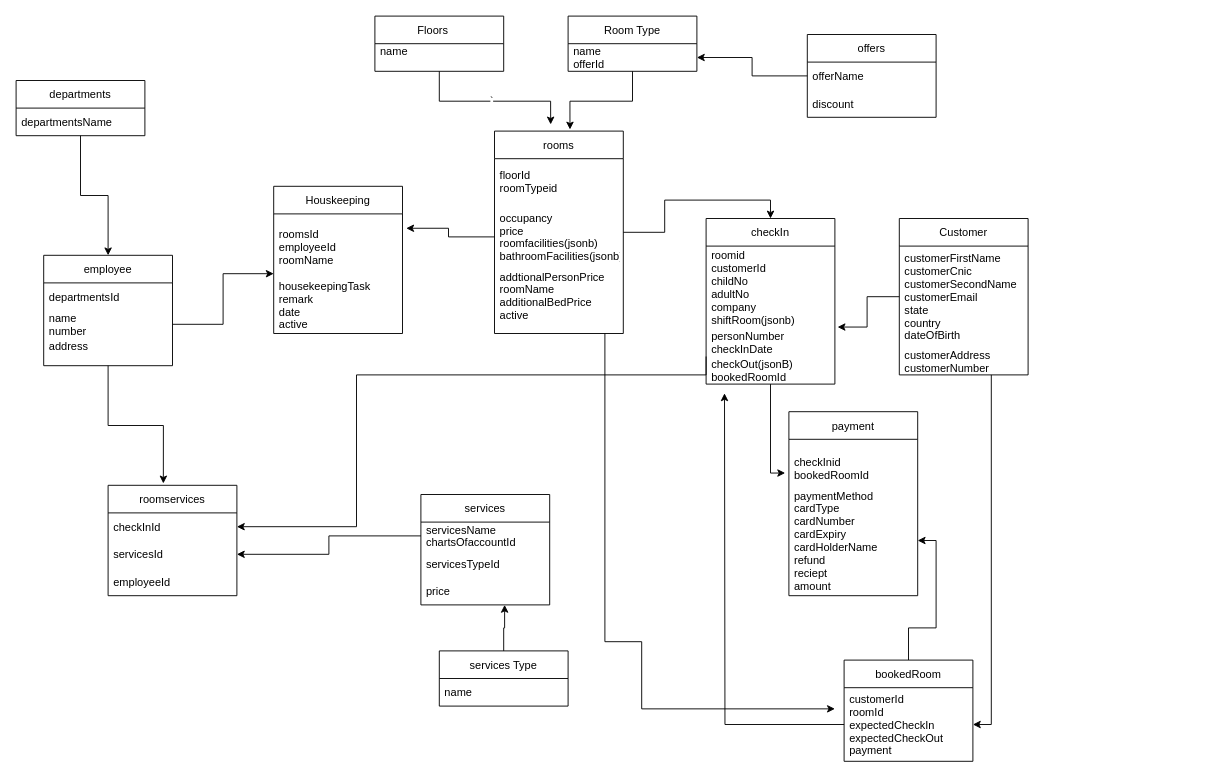
The draw.io diagram new9.drawio in zaryabali786/erdDiagram, before the edit. Source tidied: cells renumbered, new cells numbered last; positions are measured from the earlier drawing's top-left corner, leaving out a move shared by most shapes. Both pictures are drawn from the tidied source at 92%, with x=0, y=0 at pixel (16, 16).
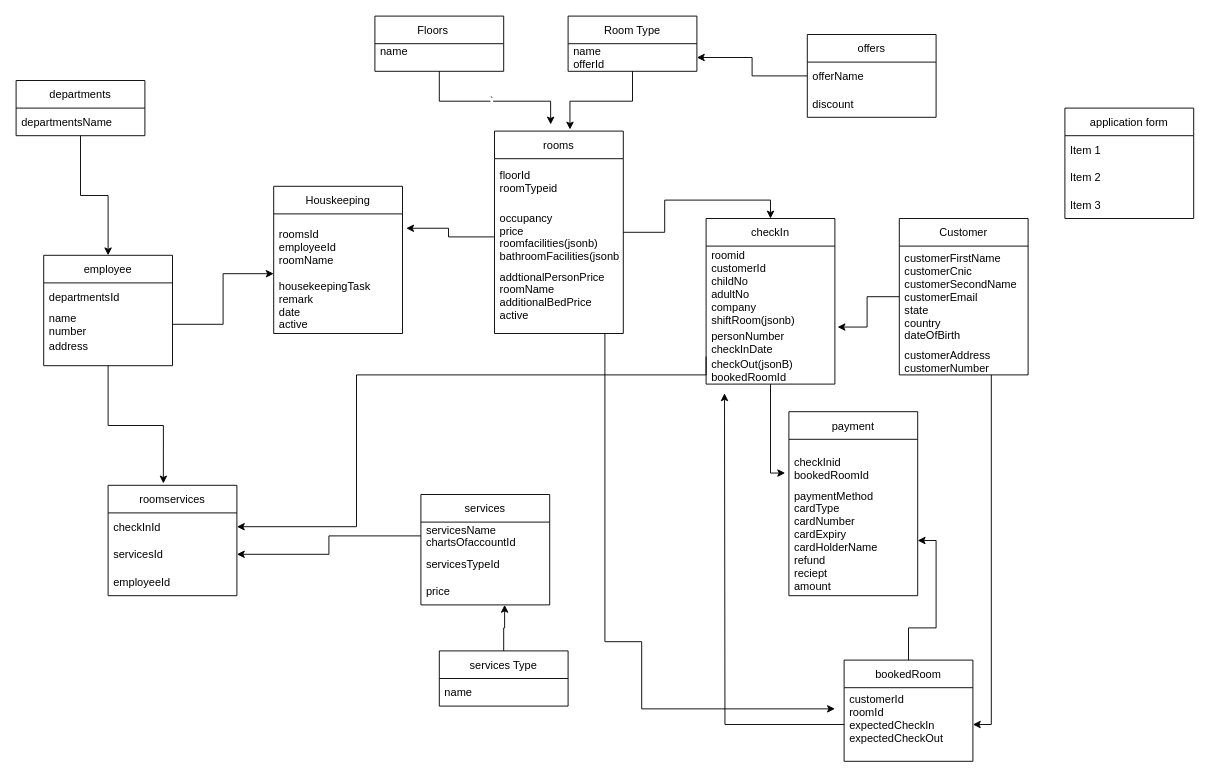
Above is the later version.

Unchanged cells that the change refers to:
```xml
<mxCell id="41" value="bookedRoom" style="swimlane;fontStyle=0;horizontal=1;startSize=30;" parent="1" vertex="1">
  <mxGeometry x="900" y="700" width="140" height="110" as="geometry" />
</mxCell>
```

Change to the diagram source:
```diff
@@
-    <mxCell id="42" value="customerId&#10;roomId&#10;expectedCheckIn&#10;expectedCheckOut&#10;payment" style="text;strokeColor=none;fillColor=none;align=left;verticalAlign=middle;spacingLeft=4;spacingRight=4;overflow=hidden;points=[[0,0.5],[1,0.5]];portConstraint=eastwest;" parent="41" vertex="1">
+    <mxCell id="42" value="customerId&#10;roomId&#10;expectedCheckIn&#10;expectedCheckOut&#10;" style="text;strokeColor=none;fillColor=none;align=left;verticalAlign=middle;spacingLeft=4;spacingRight=4;overflow=hidden;points=[[0,0.5],[1,0.5]];portConstraint=eastwest;" parent="41" vertex="1">
       <mxGeometry y="30" width="140" height="80" as="geometry" />
     </mxCell>
@@
+    <mxCell id="60" value="application form" style="swimlane;fontStyle=0;horizontal=1;startSize=30;" parent="1" vertex="1">
+      <mxGeometry x="1140" y="100" width="140" height="120" as="geometry" />
+    </mxCell>
+    <mxCell id="61" value="Item 1" style="text;strokeColor=none;fillColor=none;align=left;verticalAlign=middle;spacingLeft=4;spacingRight=4;overflow=hidden;" parent="60" vertex="1">
+      <mxGeometry y="30" width="140" height="30" as="geometry" />
+    </mxCell>
+    <mxCell id="62" value="Item 2" style="text;strokeColor=none;fillColor=none;align=left;verticalAlign=middle;spacingLeft=4;spacingRight=4;overflow=hidden;" parent="60" vertex="1">
+      <mxGeometry y="60" width="140" height="30" as="geometry" />
+    </mxCell>
+    <mxCell id="63" value="Item 3" style="text;strokeColor=none;fillColor=none;align=left;verticalAlign=middle;spacingLeft=4;spacingRight=4;overflow=hidden;" parent="60" vertex="1">
+      <mxGeometry y="90" width="140" height="30" as="geometry" />
+    </mxCell>
```
